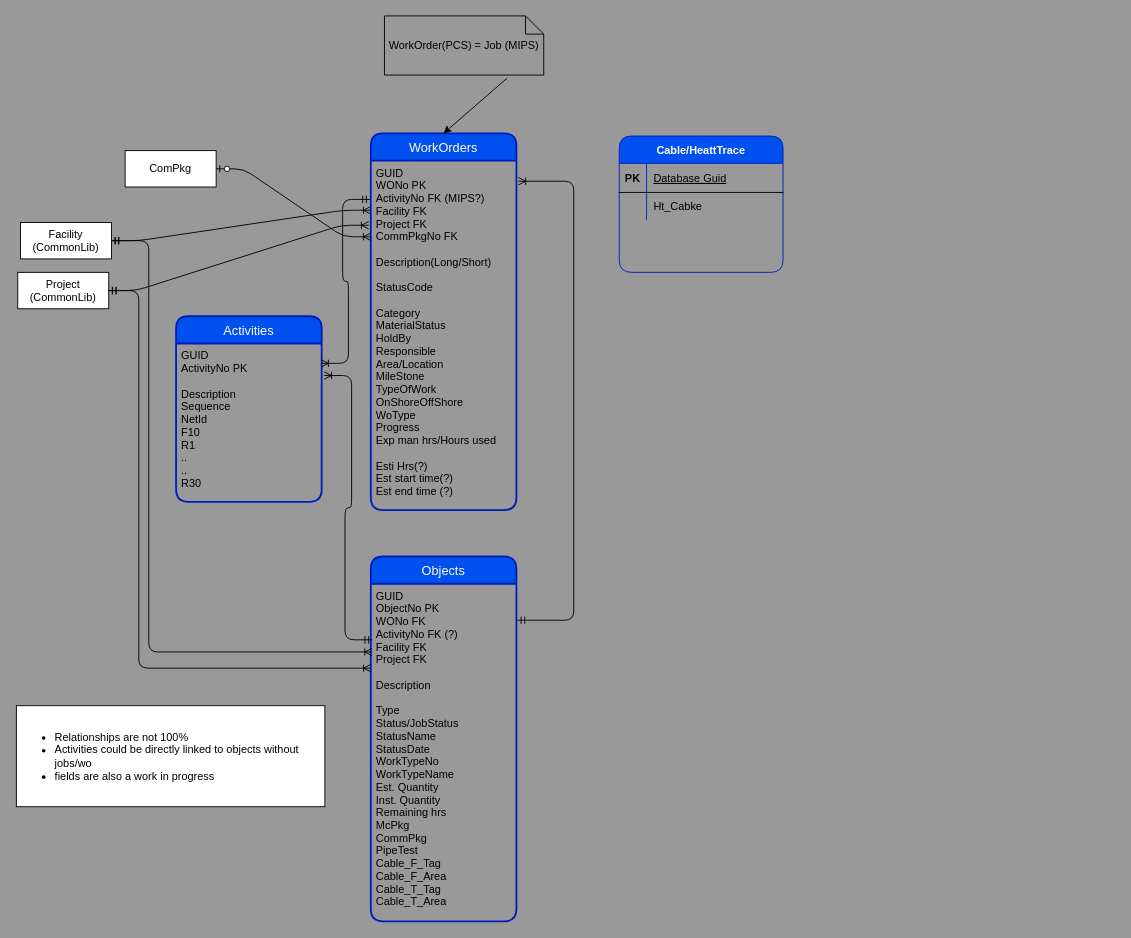
Before: MIPS.drawio in equinor/lighthouse-api, a draw.io diagram. Source tidied: cells renumbered, new cells numbered last; positions are measured from the earlier drawing's top-left corner, leaving out a move shared by most shapes. Both pictures are drawn from the tidied source at 91%, with x=0, y=0 at pixel (15, 15).
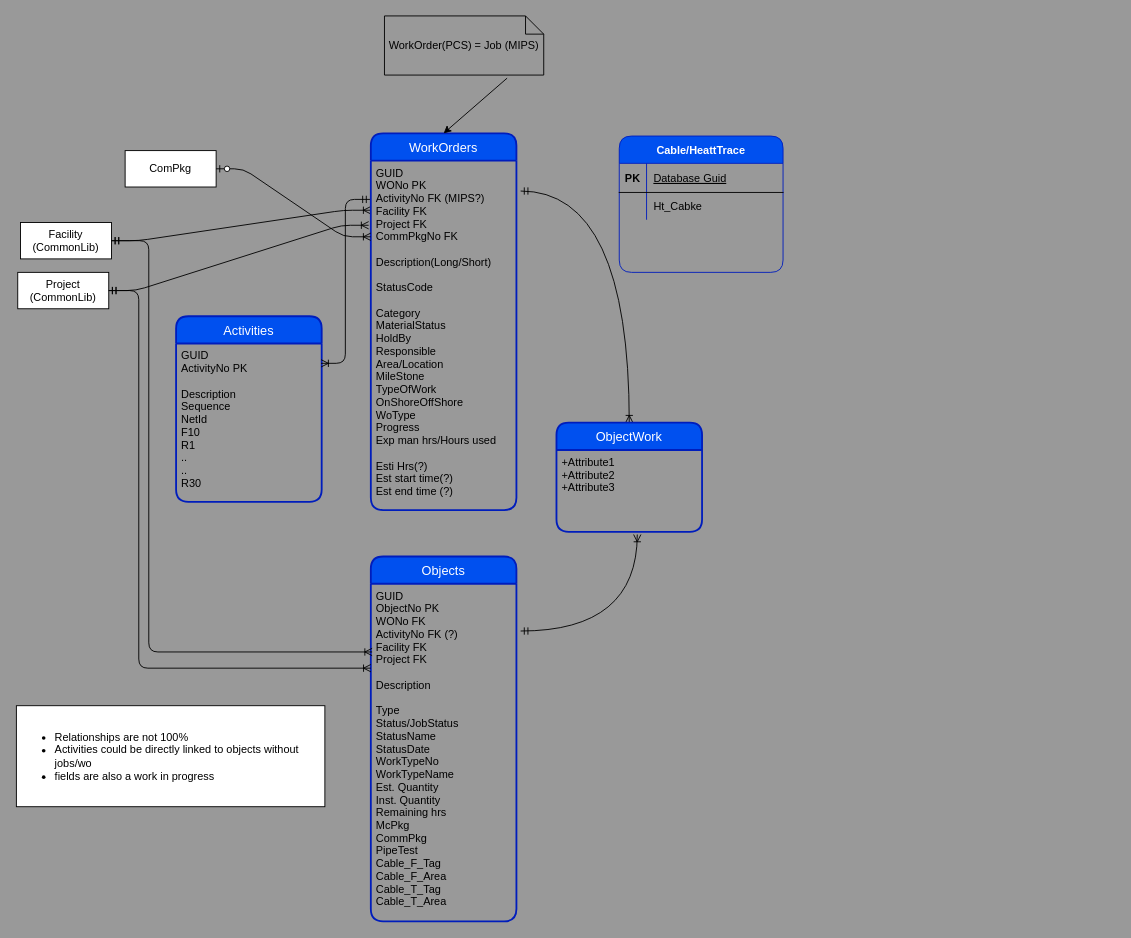
The same page after the edit.

Commit message:
Update MIPS ER model

The change refers to these unchanged cells:
```xml
<mxCell id="14" value="GUID&#10;ActivityNo PK&#10;&#10;Description&#10;Sequence&#10;NetId&#10;F10&#10;R1&#10;..&#10;..&#10;R30" style="align=left;strokeColor=none;fillColor=none;spacingLeft=4;fontSize=12;verticalAlign=top;" parent="13" vertex="1">
  <mxGeometry y="30" width="160" height="174" as="geometry" />
</mxCell>
<mxCell id="17" value="GUID&#10;WONo PK&#10;ActivityNo FK (MIPS?)&#10;Facility FK&#10;Project FK&#10;CommPkgNo FK&#10;&#10;Description(Long/Short)&#10;&#10;StatusCode&#10;&#10;Category&#10;MaterialStatus&#10;HoldBy&#10;Responsible&#10;Area/Location&#10;MileStone&#10;TypeOfWork&#10;OnShoreOffShore&#10;WoType&#10;Progress&#10;Exp man hrs/Hours used&#10;&#10;Esti Hrs(?)&#10;Est start time(?)&#10;Est end time (?)&#10;&#10;&#10;&#10;&#10;&#10;" style="align=left;strokeColor=none;fillColor=none;spacingLeft=4;fontSize=12;verticalAlign=top;" parent="16" vertex="1">
  <mxGeometry y="30" width="160" height="384" as="geometry" />
</mxCell>
<mxCell id="21" value="GUID&#10;ObjectNo PK&#10;WONo FK&#10;ActivityNo FK (?)&#10;Facility FK&#10;Project FK&#10;&#10;Description&#10;&#10;Type&#10;Status/JobStatus&#10;StatusName&#10;StatusDate&#10;WorkTypeNo&#10;WorkTypeName&#10;Est. Quantity&#10;Inst. Quantity&#10;Remaining hrs&#10;McPkg&#10;CommPkg&#10;PipeTest&#10;Cable_F_Tag&#10;Cable_F_Area&#10;Cable_T_Tag&#10;Cable_T_Area" style="align=left;strokeColor=none;fillColor=none;spacingLeft=4;fontSize=12;verticalAlign=top;" parent="20" vertex="1">
  <mxGeometry y="30" width="160" height="371" as="geometry" />
</mxCell>
```

The edit, as a diff of the source:
```diff
@@
-    <mxCell id="24" style="edgeStyle=entityRelationEdgeStyle;fontSize=12;html=1;endArrow=ERoneToMany;startArrow=ERmandOne;exitX=-0.006;exitY=0.111;exitDx=0;exitDy=0;exitPerimeter=0;entryX=0.996;entryY=0.125;entryDx=0;entryDy=0;entryPerimeter=0;" parent="1" edge="1" source="17" target="14">
+    <mxCell id="24" style="edgeStyle=elbowEdgeStyle;fontSize=12;html=1;endArrow=ERoneToMany;startArrow=ERmandOne;exitX=-0.006;exitY=0.111;exitDx=0;exitDy=0;exitPerimeter=0;entryX=0.996;entryY=0.125;entryDx=0;entryDy=0;entryPerimeter=0;" parent="1" edge="1" source="17" target="14">
       <mxGeometry relative="1" as="geometry" />
     </mxCell>
-    <mxCell id="25" style="edgeStyle=entityRelationEdgeStyle;fontSize=12;html=1;endArrow=ERoneToMany;startArrow=ERmandOne;exitX=0.01;exitY=0.166;exitDx=0;exitDy=0;exitPerimeter=0;entryX=1.018;entryY=0.202;entryDx=0;entryDy=0;entryPerimeter=0;" parent="1" edge="1" source="21" target="14">
-      <mxGeometry relative="1" as="geometry" />
-    </mxCell>
@@
-    <mxCell id="29" style="edgeStyle=elbowEdgeStyle;fontSize=12;html=1;endArrow=ERoneToMany;startArrow=ERmandOne;shadow=0;targetPerimeterSpacing=-4;entryX=1.014;entryY=0.059;entryDx=0;entryDy=0;entryPerimeter=0;exitX=1.007;exitY=0.108;exitDx=0;exitDy=0;exitPerimeter=0;" parent="1" edge="1" source="21" target="17">
-      <mxGeometry relative="1" as="geometry">
-        <Array as="points">
-          <mxPoint x="613" y="437" />
-        </Array>
-      </mxGeometry>
+    <mxCell id="29" style="edgeStyle=orthogonalEdgeStyle;fontSize=12;html=1;endArrow=ERoneToMany;startArrow=ERmandOne;shadow=0;targetPerimeterSpacing=-4;exitX=1.029;exitY=0.087;exitDx=0;exitDy=0;exitPerimeter=0;entryX=0.5;entryY=0;entryDx=0;entryDy=0;curved=1;" parent="1" edge="1" source="17" target="30">
+      <mxGeometry relative="1" as="geometry" />
     </mxCell>
+    <mxCell id="30" value="ObjectWork" style="swimlane;horizontal=1;startSize=30;rounded=1;fontSize=14;fontStyle=0;strokeWidth=2;shadow=0;dashed=0;align=center;fillColor=#0050ef;strokeColor=#001DBC;fontColor=#ffffff;" parent="1" vertex="1">
+      <mxGeometry x="594" y="447" width="160" height="120" as="geometry" />
+    </mxCell>
+    <mxCell id="31" value="+Attribute1&#10;+Attribute2&#10;+Attribute3" style="align=left;strokeColor=none;fillColor=none;spacingLeft=4;fontSize=12;verticalAlign=top;" parent="30" vertex="1">
+      <mxGeometry y="30" width="160" height="90" as="geometry" />
+    </mxCell>
+    <mxCell id="32" style="edgeStyle=orthogonalEdgeStyle;fontSize=12;html=1;endArrow=ERoneToMany;startArrow=ERmandOne;shadow=0;targetPerimeterSpacing=-4;exitX=1.029;exitY=0.14;exitDx=0;exitDy=0;exitPerimeter=0;entryX=0.555;entryY=1.032;entryDx=0;entryDy=0;entryPerimeter=0;curved=1;" parent="1" edge="1" source="21" target="31">
+      <mxGeometry relative="1" as="geometry" />
+    </mxCell>
```
